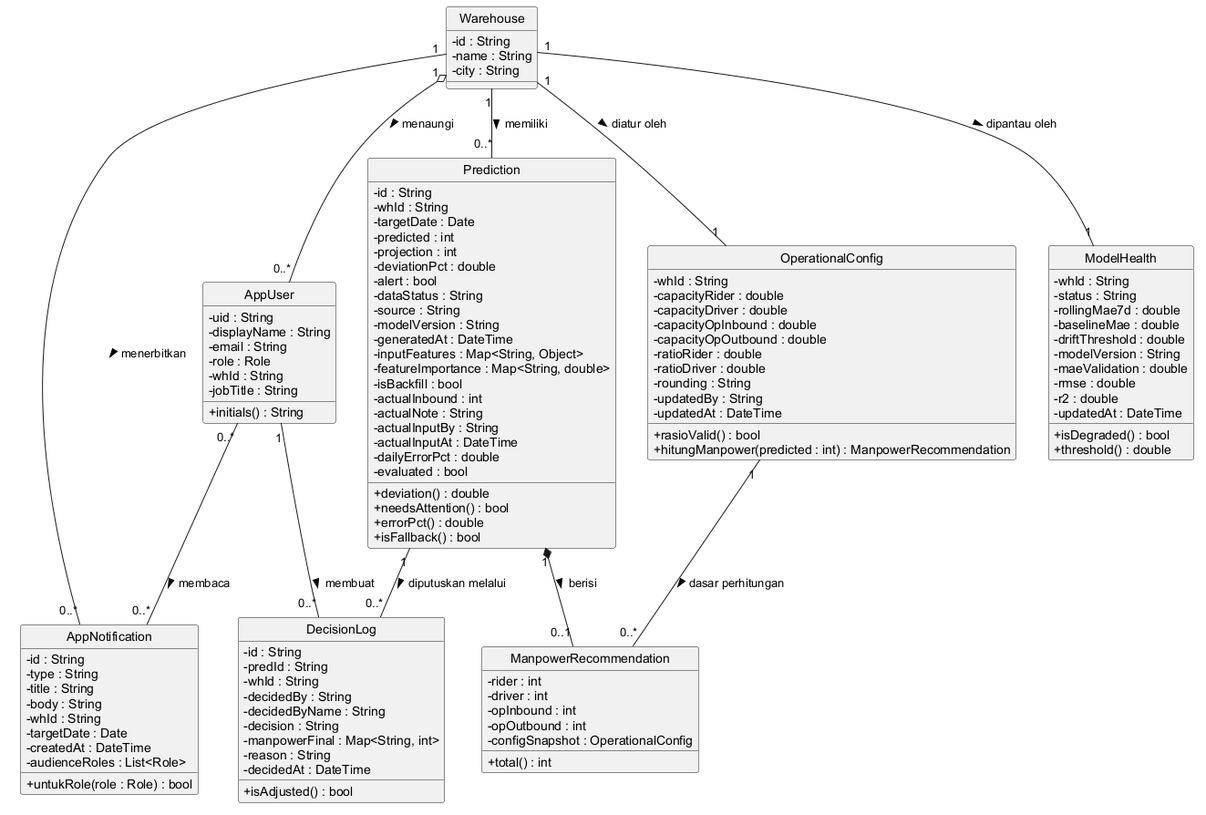
The PlantUML diagram docs/img/class_domain.png in ILY-Code-1/Flutter-RandomForest-Wipas, before a commit.
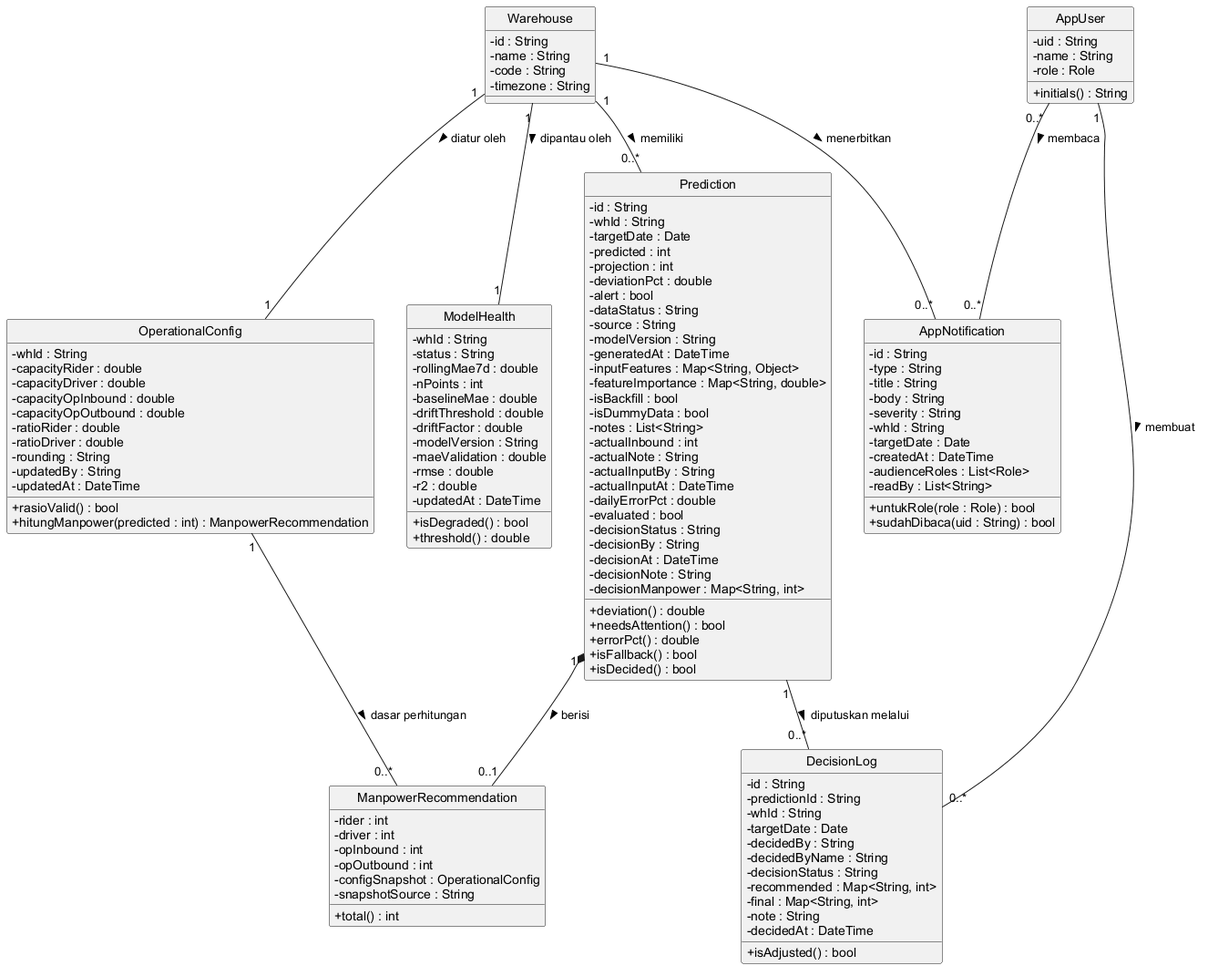
The same diagram one commit later.

What changed in the source:
```diff
@@ -7,16 +7,14 @@
 class Warehouse {
   - id : String
   - name : String
-  - city : String
+  - code : String
+  - timezone : String
 }
 
 class AppUser {
   - uid : String
-  - displayName : String
-  - email : String
+  - name : String
   - role : Role
-  - whId : String
-  - jobTitle : String
   + initials() : String
 }
 
@@ -35,16 +33,24 @@
   - inputFeatures : Map<String, Object>
   - featureImportance : Map<String, double>
   - isBackfill : bool
+  - isDummyData : bool
+  - notes : List<String>
   - actualInbound : int
   - actualNote : String
   - actualInputBy : String
   - actualInputAt : DateTime
   - dailyErrorPct : double
   - evaluated : bool
+  - decisionStatus : String
+  - decisionBy : String
+  - decisionAt : DateTime
+  - decisionNote : String
+  - decisionManpower : Map<String, int>
   + deviation() : double
   + needsAttention() : bool
   + errorPct() : double
   + isFallback() : bool
+  + isDecided() : bool
 }
 
 class ManpowerRecommendation {
@@ -53,6 +59,7 @@
   - opInbound : int
   - opOutbound : int
   - configSnapshot : OperationalConfig
+  - snapshotSource : String
   + total() : int
 }
 
@@ -73,13 +80,15 @@
 
 class DecisionLog {
   - id : String
-  - predId : String
+  - predictionId : String
   - whId : String
+  - targetDate : Date
   - decidedBy : String
   - decidedByName : String
-  - decision : String
-  - manpowerFinal : Map<String, int>
-  - reason : String
+  - decisionStatus : String
+  - recommended : Map<String, int>
+  - final : Map<String, int>
+  - note : String
   - decidedAt : DateTime
   + isAdjusted() : bool
 }
@@ -88,8 +97,10 @@
   - whId : String
   - status : String
   - rollingMae7d : double
+  - nPoints : int
   - baselineMae : double
   - driftThreshold : double
+  - driftFactor : double
   - modelVersion : String
   - maeValidation : double
   - rmse : double
@@ -104,14 +115,16 @@
   - type : String
   - title : String
   - body : String
+  - severity : String
   - whId : String
   - targetDate : Date
   - createdAt : DateTime
   - audienceRoles : List<Role>
+  - readBy : List<String>
   + untukRole(role : Role) : bool
+  + sudahDibaca(uid : String) : bool
 }
 
-Warehouse "1" o-- "0..*" AppUser : menaungi >
 Warehouse "1" -- "0..*" Prediction : memiliki >
 Warehouse "1" -- "1" OperationalConfig : diatur oleh >
 Warehouse "1" -- "1" ModelHealth : dipantau oleh >
```
